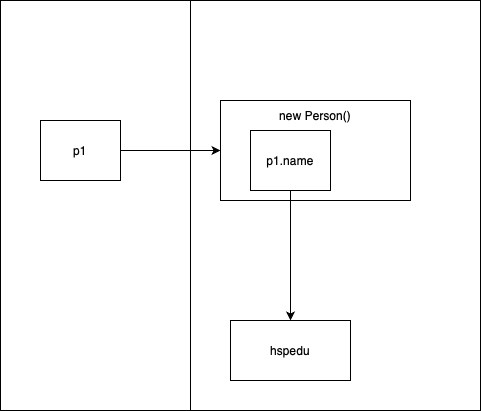
Before: drawio/White.png, a diagram exported from draw.io (Stolorzs/Picgo). Source tidied: cells renumbered, new cells last; positions are measured from the earlier drawing's top-left corner, leaving out a move shared by most shapes.
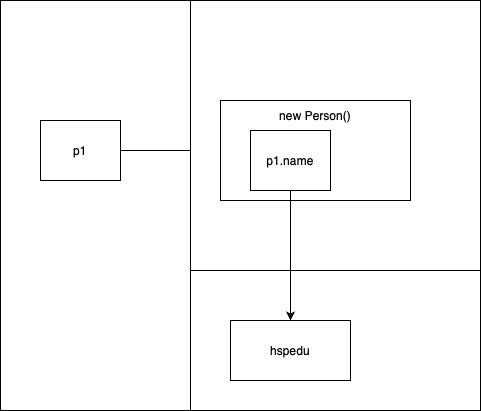
After the commit.

The edit, as a diff of the source:
```diff
@@ -14,6 +14,9 @@
     <mxCell id="5" value="p1" style="rounded=0;whiteSpace=wrap;html=1;" parent="1" vertex="1">
       <mxGeometry x="40" y="120" width="80" height="60" as="geometry" />
     </mxCell>
+    <mxCell id="10" style="rounded=0;whiteSpace=wrap;html=1;" parent="1" vertex="1">
+      <mxGeometry x="190" width="290" height="270" as="geometry" />
+    </mxCell>
     <mxCell id="6" value="new Person()&lt;div&gt;&lt;br&gt;&lt;/div&gt;&lt;div&gt;&lt;br&gt;&lt;/div&gt;&lt;div&gt;&lt;br&gt;&lt;/div&gt;&lt;div&gt;&lt;br&gt;&lt;/div&gt;&lt;div&gt;&lt;br&gt;&lt;/div&gt;" style="whiteSpace=wrap;html=1;" parent="1" vertex="1">
       <mxGeometry x="220" y="100" width="190" height="100" as="geometry" />
     </mxCell>
```
